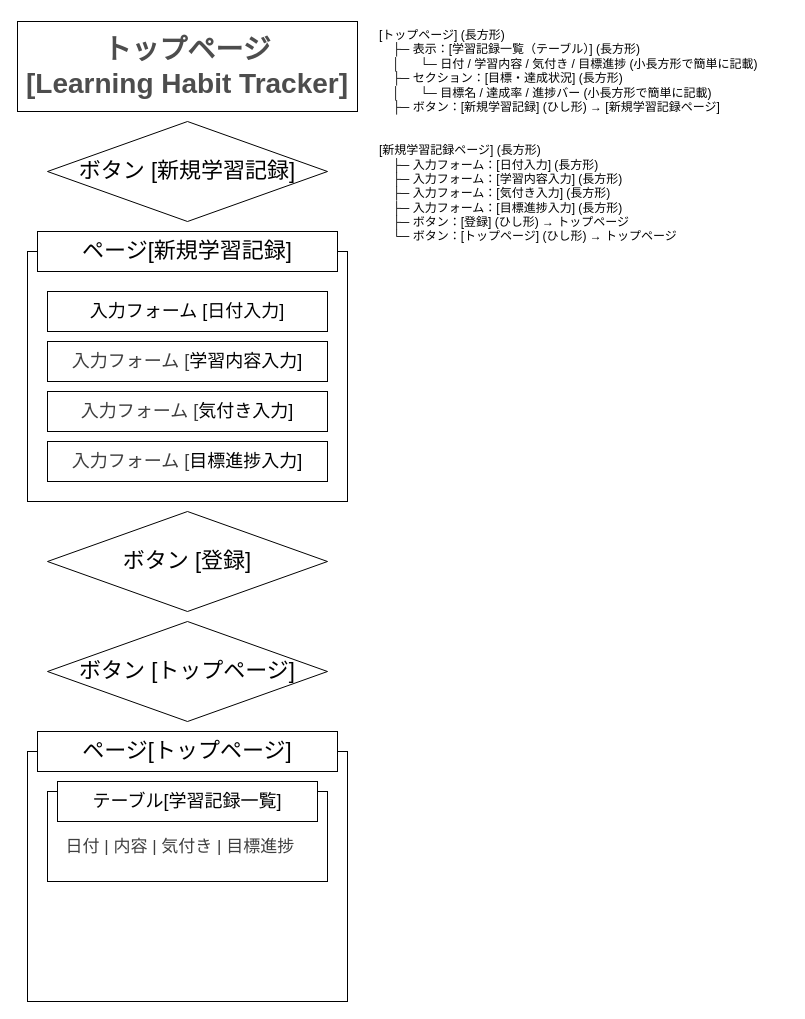
Before: page "UI構想" (1 of 5) of drawio/ui構想.drawio in arkhn17/Learning_Habit_Tracker, a draw.io diagram. Source tidied: cells renumbered, new cells numbered last; positions are measured from the earlier drawing's top-left corner, leaving out a move shared by most shapes. Both pictures are drawn from the tidied source at 100%, with x=0, y=0 at pixel (17, 21).
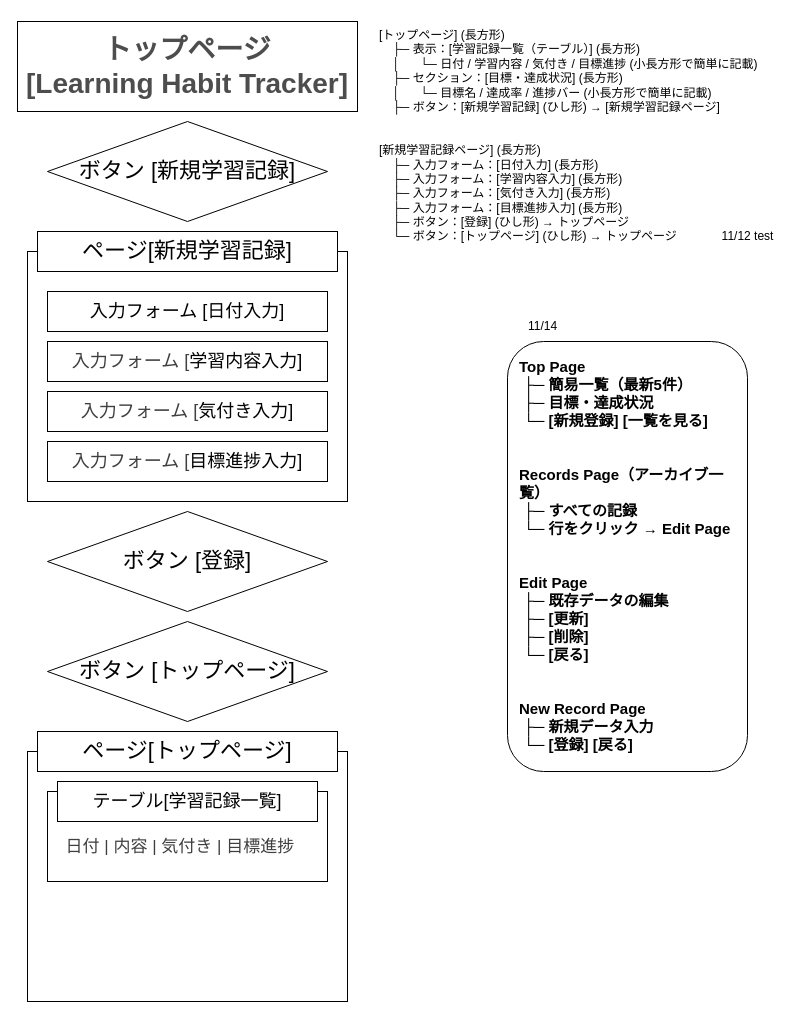
The same diagram, later.

Commit message (it also covers changes not shown here):
進捗整理/UI確認/方針調整

Change to the diagram source:
```diff
@@
+    <mxCell id="17" style="rounded=1;whiteSpace=wrap;html=1;" parent="1" vertex="1">
+      <mxGeometry x="490" y="320" width="240" height="430" as="geometry" />
+    </mxCell>
@@
+    <mxCell id="18" value="11/12 test" style="text;html=1;align=center;verticalAlign=middle;strokeColor=none;fillColor=none;" parent="1" vertex="1">
+      <mxGeometry x="690" y="200" width="80" height="30" as="geometry" />
+    </mxCell>
+    <mxCell id="19" value="Top Page&#10; ├─ 簡易一覧（最新5件）&#10; ├─ 目標・達成状況&#10; └─ [新規登録] [一覧を見る]&#10;&#10;&#10;Records Page（アーカイブ一覧）&#10; ├─ すべての記録&#10; └─ 行をクリック → Edit Page&#10;&#10;&#10;Edit Page&#10; ├─ 既存データの編集&#10; ├─ [更新]&#10; ├─ [削除]&#10; └─ [戻る]&#10;&#10;&#10;New Record Page&#10; ├─ 新規データ入力&#10; └─ [登録] [戻る]" style="text;whiteSpace=wrap;fontSize=15;fontStyle=1;" parent="1" vertex="1">
+      <mxGeometry x="500" y="330" width="220" height="330" as="geometry" />
+    </mxCell>
+    <mxCell id="20" value="11/14" style="text;html=1;align=center;verticalAlign=middle;strokeColor=none;fillColor=none;" parent="1" vertex="1">
+      <mxGeometry x="500" y="290" width="50" height="30" as="geometry" />
+    </mxCell>
```
